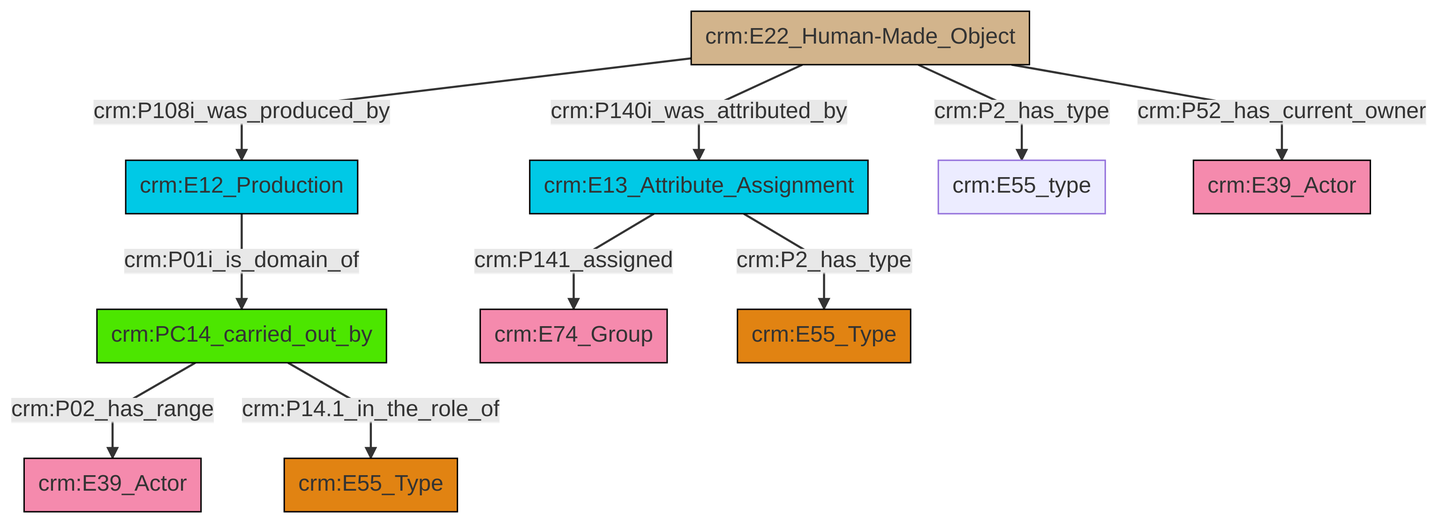
The Mermaid diagram et/builtWorkCSV/ttl/mmd/png/Built_Work_actor_relations.png in swiss-art-research-net/docs.swissartresearch, before a commit. Its source is kept beside it as et/builtWorkCSV/ttl/mmd/Built_Work_actor_relations.ttl.mmd.
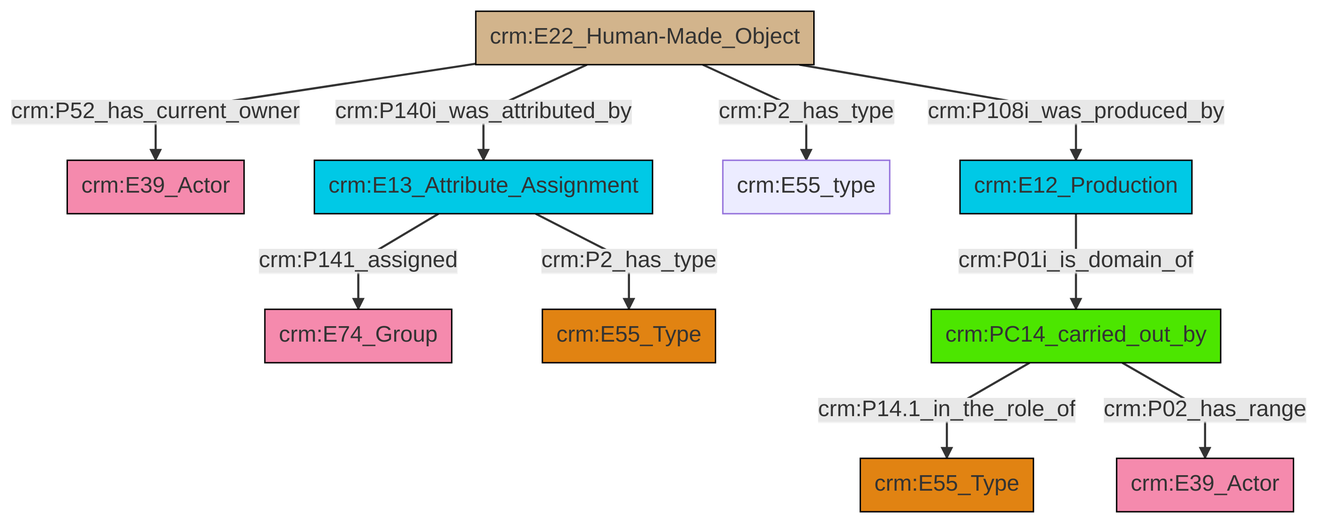
Later version of the same file.

Diff of the diagram source:
```diff
@@ -13,12 +13,12 @@
 classDef PC_Classes fill:#4ce600, stroke:#000000;
 classDef Multi fill:#cccccc,stroke:#000000;
 
-0["crm:E13_Attribute_Assignment"]:::Temporal_Entity -->|crm:P141_assigned| 1["crm:E74_Group"]:::Actor
-2["crm:E22_Human-Made_Object"]:::Physical_Thing -->|crm:P108i_was_produced_by| 3["crm:E12_Production"]:::Temporal_Entity
-3["crm:E12_Production"]:::Temporal_Entity -->|crm:P01i_is_domain_of| 6["crm:PC14_carried_out_by"]:::PC_Classes
-6["crm:PC14_carried_out_by"]:::PC_Classes -->|crm:P02_has_range| 7["crm:E39_Actor"]:::Actor
-6["crm:PC14_carried_out_by"]:::PC_Classes -->|crm:P14.1_in_the_role_of| 4["crm:E55_Type"]:::Type
-2["crm:E22_Human-Made_Object"]:::Physical_Thing -->|crm:P140i_was_attributed_by| 0["crm:E13_Attribute_Assignment"]:::Temporal_Entity
-0["crm:E13_Attribute_Assignment"]:::Temporal_Entity -->|crm:P2_has_type| 9["crm:E55_Type"]:::Type
-2["crm:E22_Human-Made_Object"]:::Physical_Thing -->|crm:P2_has_type| 14["crm:E55_type"]:::Default
-2["crm:E22_Human-Made_Object"]:::Physical_Thing -->|crm:P52_has_current_owner| 12["crm:E39_Actor"]:::Actor
+0["crm:E22_Human-Made_Object"]:::Physical_Thing -->|crm:P52_has_current_owner| 1["crm:E39_Actor"]:::Actor
+0["crm:E22_Human-Made_Object"]:::Physical_Thing -->|crm:P140i_was_attributed_by| 8["crm:E13_Attribute_Assignment"]:::Temporal_Entity
+8["crm:E13_Attribute_Assignment"]:::Temporal_Entity -->|crm:P141_assigned| 12["crm:E74_Group"]:::Actor
+8["crm:E13_Attribute_Assignment"]:::Temporal_Entity -->|crm:P2_has_type| 13["crm:E55_Type"]:::Type
+0["crm:E22_Human-Made_Object"]:::Physical_Thing -->|crm:P2_has_type| 6["crm:E55_type"]:::Default
+17["crm:PC14_carried_out_by"]:::PC_Classes -->|crm:P14.1_in_the_role_of| 9["crm:E55_Type"]:::Type
+2["crm:E12_Production"]:::Temporal_Entity -->|crm:P01i_is_domain_of| 17["crm:PC14_carried_out_by"]:::PC_Classes
+17["crm:PC14_carried_out_by"]:::PC_Classes -->|crm:P02_has_range| 4["crm:E39_Actor"]:::Actor
+0["crm:E22_Human-Made_Object"]:::Physical_Thing -->|crm:P108i_was_produced_by| 2["crm:E12_Production"]:::Temporal_Entity
```
